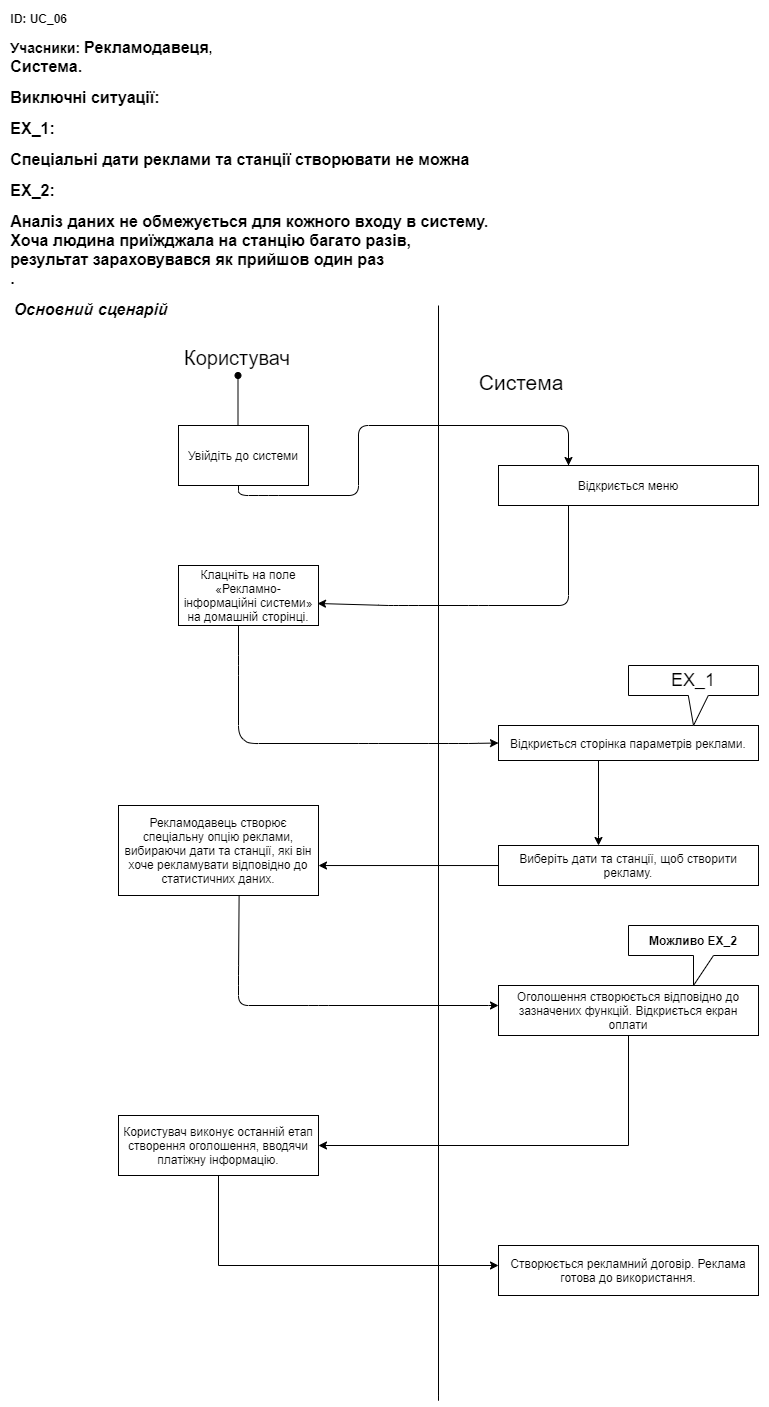
miroso22/Metro keeps this draw.io diagram as Precedents/UC_05.png. Above is the earlier version. Source tidied: cells renumbered, new cells last; positions are measured from the earlier drawing's top-left corner, leaving out a move shared by most shapes.
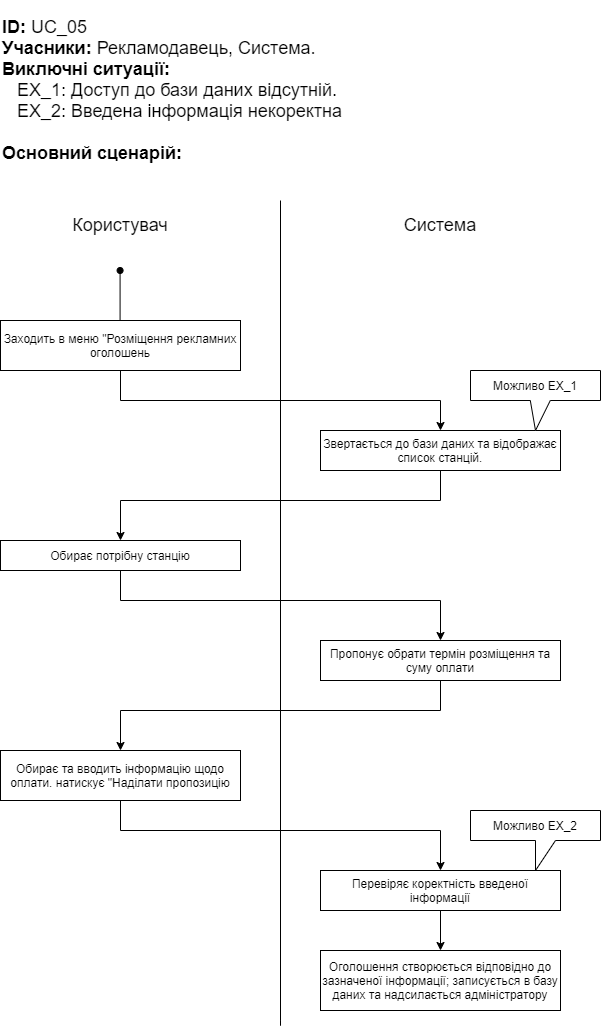
The same file after the commit.

The edit, as a diff of the source:
```diff
@@ -2,165 +2,116 @@
   <root>
     <mxCell id="0" />
     <mxCell id="1" parent="0" />
-    <mxCell id="2" value="&lt;div style=&quot;text-align: left&quot;&gt;&lt;p class=&quot;MsoNormal&quot;&gt;&lt;br&gt;&lt;/p&gt;&lt;br&gt;&lt;p class=&quot;MsoNormal&quot;&gt;&lt;br&gt;&lt;/p&gt;&lt;/div&gt;&lt;div style=&quot;text-align: left&quot;&gt;&lt;b style=&quot;font-size: 18px&quot;&gt;&lt;br&gt;&lt;/b&gt;&lt;/div&gt;&lt;div style=&quot;text-align: left&quot;&gt;&lt;b style=&quot;font-size: 18px&quot;&gt;&lt;br&gt;&lt;/b&gt;&lt;/div&gt;&lt;div style=&quot;text-align: left&quot;&gt;&lt;span style=&quot;font-size: 18px ; text-align: center&quot;&gt;&amp;nbsp; &amp;nbsp; &amp;nbsp; &amp;nbsp; &amp;nbsp; &amp;nbsp; &amp;nbsp; &amp;nbsp; &amp;nbsp; &amp;nbsp; &lt;/span&gt;&lt;span style=&quot;text-align: center&quot;&gt;&lt;font style=&quot;font-size: 20px&quot;&gt;Користувач&amp;nbsp; &amp;nbsp; &amp;nbsp; &amp;nbsp; &amp;nbsp; &amp;nbsp; &amp;nbsp; &amp;nbsp; &amp;nbsp; &amp;nbsp;&lt;/font&gt;&lt;/span&gt;&lt;/div&gt;&lt;span style=&quot;font-size: 18px&quot;&gt;&amp;nbsp; &amp;nbsp; &amp;nbsp; &amp;nbsp; &amp;nbsp; &amp;nbsp; &amp;nbsp; &amp;nbsp; &amp;nbsp; &amp;nbsp; &amp;nbsp; &amp;nbsp; &amp;nbsp; &amp;nbsp; &amp;nbsp; &amp;nbsp; &amp;nbsp; &amp;nbsp; &amp;nbsp; &amp;nbsp;&lt;/span&gt;&lt;font style=&quot;font-size: 21px&quot;&gt;Система&lt;/font&gt;&lt;div style=&quot;text-align: left&quot;&gt;&lt;span style=&quot;font-size: 18px ; text-align: center&quot;&gt;&amp;nbsp; &amp;nbsp; &amp;nbsp; &amp;nbsp; &amp;nbsp; &amp;nbsp; &amp;nbsp; &amp;nbsp; &amp;nbsp; &amp;nbsp; &amp;nbsp; &amp;nbsp; &amp;nbsp; &amp;nbsp; &amp;nbsp; &amp;nbsp; &amp;nbsp; &amp;nbsp; &amp;nbsp;&amp;nbsp;&lt;/span&gt;&lt;/div&gt;&lt;div style=&quot;text-align: left&quot;&gt;&lt;b style=&quot;font-size: 18px&quot;&gt;&lt;br&gt;&lt;/b&gt;&lt;/div&gt;&lt;div style=&quot;text-align: left&quot;&gt;&lt;br&gt;&lt;/div&gt;&lt;div style=&quot;text-align: left&quot;&gt;&lt;span style=&quot;font-size: 18px ; text-align: center&quot;&gt;&amp;nbsp; &amp;nbsp; &amp;nbsp; &amp;nbsp;&lt;/span&gt;&lt;/div&gt;&lt;div style=&quot;text-align: left&quot;&gt;&lt;div style=&quot;display: flex ; width: 88px ; height: 1px ; padding-top: 530px ; margin-left: 591px&quot;&gt;&lt;div style=&quot;box-sizing: border-box ; font-size: 0px ; text-align: center&quot;&gt;&lt;br&gt;&lt;/div&gt;&lt;/div&gt;&lt;/div&gt;&lt;div style=&quot;text-align: left&quot;&gt;&lt;b style=&quot;font-size: 18px&quot;&gt;&lt;br&gt;&lt;/b&gt;&lt;/div&gt;&lt;div style=&quot;text-align: left&quot;&gt;&lt;b style=&quot;font-size: 18px&quot;&gt;&lt;br&gt;&lt;/b&gt;&lt;/div&gt;&lt;div style=&quot;text-align: left&quot;&gt;&lt;b style=&quot;font-size: 18px&quot;&gt;&lt;br&gt;&lt;/b&gt;&lt;/div&gt;&lt;div style=&quot;text-align: left&quot;&gt;&lt;b style=&quot;font-size: 18px&quot;&gt;&lt;br&gt;&lt;/b&gt;&lt;/div&gt;&lt;div style=&quot;text-align: left&quot;&gt;&lt;b style=&quot;font-size: 18px&quot;&gt;&lt;br&gt;&lt;/b&gt;&lt;/div&gt;&lt;div style=&quot;text-align: left&quot;&gt;&lt;b style=&quot;font-size: 18px&quot;&gt;&lt;br&gt;&lt;/b&gt;&lt;/div&gt;&lt;div style=&quot;text-align: left&quot;&gt;&lt;b style=&quot;font-size: 18px&quot;&gt;&lt;br&gt;&lt;/b&gt;&lt;/div&gt;&lt;div style=&quot;text-align: left&quot;&gt;&lt;b style=&quot;font-size: 18px&quot;&gt;&lt;br&gt;&lt;/b&gt;&lt;/div&gt;&lt;div style=&quot;text-align: left&quot;&gt;&lt;b style=&quot;font-size: 18px&quot;&gt;&lt;br&gt;&lt;/b&gt;&lt;/div&gt;&lt;div style=&quot;text-align: left&quot;&gt;&lt;b style=&quot;font-size: 18px&quot;&gt;&lt;br&gt;&lt;/b&gt;&lt;/div&gt;&lt;div style=&quot;text-align: left&quot;&gt;&lt;b style=&quot;font-size: 18px&quot;&gt;&lt;br&gt;&lt;/b&gt;&lt;/div&gt;&lt;div style=&quot;text-align: left&quot;&gt;&lt;b style=&quot;font-size: 18px&quot;&gt;&lt;br&gt;&lt;/b&gt;&lt;/div&gt;&lt;div style=&quot;text-align: left&quot;&gt;&lt;b style=&quot;font-size: 18px&quot;&gt;&lt;br&gt;&lt;/b&gt;&lt;/div&gt;&lt;div style=&quot;text-align: left&quot;&gt;&lt;b style=&quot;font-size: 18px&quot;&gt;&lt;br&gt;&lt;/b&gt;&lt;/div&gt;&lt;div style=&quot;text-align: left&quot;&gt;&lt;b style=&quot;font-size: 18px&quot;&gt;&lt;br&gt;&lt;/b&gt;&lt;/div&gt;" style="text;html=1;align=center;verticalAlign=middle;" parent="1" vertex="1">
-      <mxGeometry x="78" y="255" width="690" height="980" as="geometry" />
-    </mxCell>
+    <mxCell id="28" style="edgeStyle=orthogonalEdgeStyle;rounded=0;jettySize=auto;html=1;entryX=0.5;entryY=0;entryDx=0;entryDy=0;" parent="1" edge="1" source="3" target="14">
+      <mxGeometry relative="1" as="geometry">
+        <Array as="points">
+          <mxPoint x="198" y="485" />
+          <mxPoint x="518" y="485" />
+        </Array>
+      </mxGeometry>
+    </mxCell>
-    <mxCell id="3" value="Увійдіть до системи" style="rounded=0;whiteSpace=wrap;html=1;" parent="1" vertex="1">
-      <mxGeometry x="178" y="405" width="130" height="60" as="geometry" />
+    <mxCell id="3" value="Заходить в меню &quot;Розміщення рекламних оголошень" style="rounded=0;whiteSpace=wrap;html=1;" parent="1" vertex="1">
+      <mxGeometry x="78" y="405" width="240" height="50" as="geometry" />
     </mxCell>
     <mxCell id="4" style="endArrow=none;html=1;" parent="1" edge="1">
       <mxGeometry relative="1" as="geometry">
-        <mxPoint x="438" y="295" as="sourcePoint" />
-        <mxPoint x="438" y="285" as="targetPoint" />
+        <mxPoint x="358" y="295" as="sourcePoint" />
+        <mxPoint x="358" y="285" as="targetPoint" />
         <Array as="points">
-          <mxPoint x="438" y="285" />
-          <mxPoint x="438" y="1385" />
+          <mxPoint x="358" y="285" />
+          <mxPoint x="358" y="1115" />
         </Array>
       </mxGeometry>
     </mxCell>
     <mxCell id="5" style="endArrow=oval;html=1;endFill=1;" parent="1" edge="1">
       <mxGeometry relative="1" as="geometry">
-        <mxPoint x="237.5" y="405" as="sourcePoint" />
-        <mxPoint x="237.5" y="355" as="targetPoint" />
+        <mxPoint x="197.6" y="405" as="sourcePoint" />
+        <mxPoint x="197.6" y="355" as="targetPoint" />
         <Array as="points">
-          <mxPoint x="237.5" y="405" />
+          <mxPoint x="197.6" y="405" />
         </Array>
       </mxGeometry>
     </mxCell>
-    <mxCell id="6" value="Відкриється меню" style="rounded=0;whiteSpace=wrap;html=1;" parent="1" vertex="1">
-      <mxGeometry x="498" y="445" width="260" height="40" as="geometry" />
-    </mxCell>
     <mxCell id="7" style="endArrow=classic;html=1;" parent="1" edge="1">
       <mxGeometry relative="1" as="geometry">
-        <mxPoint x="348" y="405" as="sourcePoint" />
-        <mxPoint x="348" y="405" as="targetPoint" />
+        <mxPoint x="268" y="405" as="sourcePoint" />
+        <mxPoint x="268" y="405" as="targetPoint" />
       </mxGeometry>
     </mxCell>
-    <mxCell id="8" style="endArrow=none;html=1;endFill=0;startArrow=none;startFill=0;" parent="1" edge="1">
-      <mxGeometry relative="1" as="geometry">
-        <mxPoint x="568" y="445" as="sourcePoint" />
-        <mxPoint x="238" y="465" as="targetPoint" />
-        <Array as="points">
-          <mxPoint x="568" y="445" />
-          <mxPoint x="568" y="405" />
-          <mxPoint x="358" y="405" />
-          <mxPoint x="358" y="475" />
-          <mxPoint x="268" y="475" />
-          <mxPoint x="238" y="475" />
-        </Array>
-      </mxGeometry>
-    </mxCell>
     <mxCell id="9" style="endArrow=classic;html=1;" parent="1" edge="1">
       <mxGeometry relative="1" as="geometry">
-        <mxPoint x="348" y="515" as="sourcePoint" />
-        <mxPoint x="348" y="515" as="targetPoint" />
+        <mxPoint x="268" y="515" as="sourcePoint" />
+        <mxPoint x="268" y="515" as="targetPoint" />
       </mxGeometry>
     </mxCell>
-    <mxCell id="10" style="endArrow=classic;html=1;" parent="1" edge="1">
-      <mxGeometry relative="1" as="geometry">
-        <mxPoint x="568" y="415" as="sourcePoint" />
-        <mxPoint x="568" y="445" as="targetPoint" />
-        <Array as="points">
-          <mxPoint x="568" y="435" />
-        </Array>
-      </mxGeometry>
-    </mxCell>
-    <mxCell id="11" value="Клацніть на поле «Рекламно-інформаційні системи» на домашній сторінці." style="rounded=0;whiteSpace=wrap;html=1;" parent="1" vertex="1">
-      <mxGeometry x="178" y="545" width="140" height="60" as="geometry" />
-    </mxCell>
-    <mxCell id="12" style="endArrow=classic;html=1;entryX=0.993;entryY=0.633;entryDx=0;entryDy=0;entryPerimeter=0;" parent="1" edge="1" target="11">
-      <mxGeometry relative="1" as="geometry">
-        <mxPoint x="568" y="485" as="sourcePoint" />
-        <Array as="points">
-          <mxPoint x="568" y="535" />
-          <mxPoint x="568" y="485" />
-          <mxPoint x="568" y="585" />
-          <mxPoint x="478" y="585" />
-          <mxPoint x="408" y="585" />
-          <mxPoint x="388" y="585" />
-        </Array>
-      </mxGeometry>
-    </mxCell>
-    <mxCell id="13" style="endArrow=classic;html=1;entryX=0;entryY=0.5;entryDx=0;entryDy=0;" parent="1" edge="1" target="14">
-      <mxGeometry relative="1" as="geometry">
-        <mxPoint x="238" y="605" as="sourcePoint" />
-        <Array as="points">
-          <mxPoint x="238" y="605" />
-          <mxPoint x="238" y="645" />
-          <mxPoint x="238" y="715" />
-          <mxPoint x="248" y="723" />
-          <mxPoint x="368" y="723" />
-          <mxPoint x="438" y="723" />
-          <mxPoint x="468" y="723" />
-        </Array>
-      </mxGeometry>
-    </mxCell>
+    <mxCell id="29" style="edgeStyle=orthogonalEdgeStyle;rounded=0;jettySize=auto;html=1;" parent="1" edge="1" source="14">
+      <mxGeometry relative="1" as="geometry">
+        <mxPoint x="198" y="625" as="targetPoint" />
+        <Array as="points">
+          <mxPoint x="518" y="585" />
+          <mxPoint x="198" y="585" />
+          <mxPoint x="198" y="625" />
+        </Array>
+      </mxGeometry>
+    </mxCell>
-    <mxCell id="14" value="Відкриється сторінка параметрів реклами." style="rounded=0;whiteSpace=wrap;html=1;" parent="1" vertex="1">
-      <mxGeometry x="498" y="705" width="260" height="35" as="geometry" />
+    <mxCell id="14" value="Звертається до бази даних та відображає список станцій." style="rounded=0;whiteSpace=wrap;html=1;" parent="1" vertex="1">
+      <mxGeometry x="398" y="515" width="240" height="40" as="geometry" />
     </mxCell>
-    <mxCell id="15" value="&lt;span style=&quot;font-size: 18px ; text-align: left&quot;&gt;EX_1&lt;/span&gt;" style="shape=callout;whiteSpace=wrap;html=1;perimeter=calloutPerimeter;size=30;position=0.46;" parent="1" vertex="1">
-      <mxGeometry x="628" y="645" width="130" height="60" as="geometry" />
+    <mxCell id="15" value="&lt;span style=&quot;text-align: left&quot;&gt;&lt;font style=&quot;vertical-align: inherit ; font-size: 12px&quot;&gt;Можливо EX_1&lt;/font&gt;&lt;/span&gt;" style="shape=callout;whiteSpace=wrap;html=1;perimeter=calloutPerimeter;size=30;position=0.46;" parent="1" vertex="1">
+      <mxGeometry x="548" y="455" width="130" height="60" as="geometry" />
     </mxCell>
-    <mxCell id="16" style="edgeStyle=orthogonalEdgeStyle;rounded=0;jettySize=auto;html=1;entryX=1;entryY=0.667;entryDx=0;entryDy=0;entryPerimeter=0;" parent="1" edge="1" source="17" target="23">
-      <mxGeometry relative="1" as="geometry" />
-    </mxCell>
-    <mxCell id="17" value="Виберіть дати та станції, щоб створити рекламу." style="rounded=0;whiteSpace=wrap;html=1;" parent="1" vertex="1">
-      <mxGeometry x="498" y="825" width="260" height="40" as="geometry" />
-    </mxCell>
-    <mxCell id="18" value="&lt;b&gt;Можливо EX_2&lt;/b&gt;" style="shape=callout;whiteSpace=wrap;html=1;perimeter=calloutPerimeter;" parent="1" vertex="1">
-      <mxGeometry x="628" y="905" width="130" height="60" as="geometry" />
+    <mxCell id="18" value="Можливо EX_2" style="shape=callout;whiteSpace=wrap;html=1;perimeter=calloutPerimeter;" parent="1" vertex="1">
+      <mxGeometry x="548" y="895" width="130" height="60" as="geometry" />
     </mxCell>
-    <mxCell id="19" style="edgeStyle=orthogonalEdgeStyle;rounded=0;jettySize=auto;html=1;entryX=1;entryY=0.5;entryDx=0;entryDy=0;" parent="1" edge="1" source="20" target="26">
-      <mxGeometry relative="1" as="geometry">
-        <Array as="points">
-          <mxPoint x="628" y="1125" />
-        </Array>
-      </mxGeometry>
-    </mxCell>
-    <mxCell id="20" value="Оголошення створюється відповідно до зазначених функцій. Відкриється екран оплати" style="rounded=0;whiteSpace=wrap;html=1;" parent="1" vertex="1">
-      <mxGeometry x="498" y="965" width="260" height="50" as="geometry" />
+    <mxCell id="20" value="Оголошення створюється відповідно до зазначеної інформації; записується в базу даних та надсилається адміністратору" style="rounded=0;whiteSpace=wrap;html=1;" parent="1" vertex="1">
+      <mxGeometry x="398" y="1035" width="240" height="60" as="geometry" />
     </mxCell>
-    <mxCell id="21" style="endArrow=classic;html=1;" parent="1" edge="1">
-      <mxGeometry relative="1" as="geometry">
-        <mxPoint x="598" y="740" as="sourcePoint" />
-        <mxPoint x="598" y="825" as="targetPoint" />
-        <Array as="points">
-          <mxPoint x="598" y="810" />
-          <mxPoint x="598" y="780" />
-          <mxPoint x="598" y="825" />
-        </Array>
-      </mxGeometry>
-    </mxCell>
-    <mxCell id="22" value="&lt;p class=&quot;MsoNormal&quot; style=&quot;text-align: left&quot;&gt;&lt;font&gt;&lt;b&gt;&lt;font style=&quot;vertical-align: inherit ; font-size: 12px&quot;&gt;ID: UC_06&lt;/font&gt;&lt;/b&gt;&lt;/font&gt;&lt;/p&gt;&lt;p class=&quot;MsoNormal&quot;&gt;&lt;/p&gt;&lt;div style=&quot;text-align: left&quot;&gt;&lt;b&gt;&lt;font style=&quot;font-size: 14px&quot;&gt;Учасники: &lt;/font&gt;&lt;span lang=&quot;UK&quot;&gt;&lt;font style=&quot;vertical-align: inherit&quot; size=&quot;3&quot;&gt;Р&lt;/font&gt;&lt;/span&gt;&lt;font size=&quot;3&quot;&gt;екламодавеця&lt;/font&gt;,&lt;/b&gt;&lt;/div&gt;&lt;font&gt;&lt;/font&gt;&lt;div style=&quot;text-align: left&quot;&gt;&lt;font&gt;&lt;span&gt;&lt;b&gt;&lt;font size=&quot;3&quot; style=&quot;vertical-align: inherit&quot;&gt;Система.&lt;/font&gt;&lt;/b&gt;&lt;/span&gt;&lt;/font&gt;&lt;/div&gt;&lt;p class=&quot;MsoNormal&quot; style=&quot;text-align: left&quot;&gt;&lt;font size=&quot;3&quot;&gt;&lt;b&gt;Виключні ситуації:&lt;/b&gt;&lt;/font&gt;&lt;/p&gt;&lt;p class=&quot;MsoNormal&quot; style=&quot;text-align: left&quot;&gt;&lt;font size=&quot;3&quot;&gt;&lt;b&gt;EX_1:&amp;nbsp;&lt;/b&gt;&lt;/font&gt;&lt;/p&gt;&lt;div style=&quot;text-align: left&quot;&gt;&lt;font size=&quot;3&quot;&gt;&lt;b&gt;Спеціальні дати реклами та станції створювати не можна&lt;/b&gt;&lt;/font&gt;&lt;br&gt;&lt;/div&gt;&lt;p class=&quot;MsoNormal&quot; style=&quot;text-align: left&quot;&gt;&lt;font size=&quot;3&quot;&gt;&lt;b&gt;EX_2:&amp;nbsp;&lt;/b&gt;&lt;/font&gt;&lt;/p&gt;&lt;div style=&quot;text-align: left&quot;&gt;&lt;span&gt;&lt;font size=&quot;3&quot;&gt;&lt;b&gt;Аналіз даних не обмежується для кожного входу в систему.&amp;nbsp;&lt;/b&gt;&lt;/font&gt;&lt;/span&gt;&lt;/div&gt;&lt;div style=&quot;text-align: left&quot;&gt;&lt;span&gt;&lt;font size=&quot;3&quot;&gt;&lt;b&gt;Хоча людина приїжджала на станцію багато разів,&amp;nbsp;&lt;/b&gt;&lt;/font&gt;&lt;/span&gt;&lt;/div&gt;&lt;div style=&quot;text-align: left&quot;&gt;&lt;span&gt;&lt;font size=&quot;3&quot;&gt;&lt;b&gt;результат зараховувався як прийшов один раз&lt;/b&gt;&lt;/font&gt;&lt;/span&gt;&lt;/div&gt;&lt;div style=&quot;text-align: left&quot;&gt;&lt;font size=&quot;3&quot;&gt;&lt;b&gt;.&lt;/b&gt;&lt;/font&gt;&lt;/div&gt;&lt;p class=&quot;MsoNormal&quot; style=&quot;text-align: left&quot;&gt;&lt;b&gt;&lt;i&gt;&amp;nbsp;&lt;/i&gt;&lt;/b&gt;&lt;b style=&quot;text-align: center&quot;&gt;&lt;i&gt;&lt;font size=&quot;3&quot;&gt;Основний сценарій&amp;nbsp;&lt;/font&gt;&lt;/i&gt;&lt;/b&gt;&lt;/p&gt;" style="text;html=1;align=center;verticalAlign=middle;" parent="1" vertex="1">
-      <mxGeometry x="0.5" width="500" height="290" as="geometry" />
-    </mxCell>
+    <mxCell id="30" style="edgeStyle=orthogonalEdgeStyle;rounded=0;jettySize=auto;html=1;" parent="1" edge="1" source="23" target="35">
+      <mxGeometry relative="1" as="geometry">
+        <Array as="points">
+          <mxPoint x="198" y="685" />
+        </Array>
+      </mxGeometry>
+    </mxCell>
-    <mxCell id="23" value="Рекламодавець створює спеціальну опцію реклами, вибираючи дати та станції, які він хоче рекламувати відповідно до статистичних даних." style="rounded=0;whiteSpace=wrap;html=1;" parent="1" vertex="1">
-      <mxGeometry x="118" y="785" width="200" height="90" as="geometry" />
+    <mxCell id="23" value="Обирає потрібну станцію" style="rounded=0;whiteSpace=wrap;html=1;" parent="1" vertex="1">
+      <mxGeometry x="78" y="625" width="240" height="30" as="geometry" />
     </mxCell>
-    <mxCell id="24" style="endArrow=classic;html=1;exitX=0.603;exitY=1.009;exitDx=0;exitDy=0;exitPerimeter=0;" parent="1" edge="1" source="23">
-      <mxGeometry relative="1" as="geometry">
-        <mxPoint x="498" y="985" as="targetPoint" />
-        <Array as="points">
-          <mxPoint x="238" y="955" />
-          <mxPoint x="238" y="985" />
-          <mxPoint x="318" y="985" />
-          <mxPoint x="498" y="985" />
-        </Array>
-      </mxGeometry>
-    </mxCell>
-    <mxCell id="25" style="edgeStyle=orthogonalEdgeStyle;rounded=0;jettySize=auto;html=1;" parent="1" edge="1" source="26" target="27">
-      <mxGeometry relative="1" as="geometry">
-        <Array as="points">
-          <mxPoint x="218" y="1245" />
-          <mxPoint x="498" y="1245" />
-        </Array>
-      </mxGeometry>
-    </mxCell>
-    <mxCell id="26" value="Користувач виконує останній етап створення оголошення, вводячи платіжну інформацію." style="rounded=0;whiteSpace=wrap;html=1;" parent="1" vertex="1">
-      <mxGeometry x="118" y="1095" width="200" height="60" as="geometry" />
-    </mxCell>
-    <mxCell id="27" value="Створюється рекламний договір. Реклама готова до використання." style="rounded=0;whiteSpace=wrap;html=1;" parent="1" vertex="1">
-      <mxGeometry x="498" y="1225" width="260" height="50" as="geometry" />
-    </mxCell>
+    <mxCell id="31" value="&lt;span style=&quot;font-size: 18px&quot;&gt;&lt;b&gt;ID:&lt;/b&gt; UC_05&lt;br&gt;&lt;b&gt;Учасники:&lt;/b&gt; Рекламодавець, Система.&lt;br&gt;&lt;b&gt;Виключні ситуації:&lt;/b&gt;&lt;br&gt;&amp;nbsp; &amp;nbsp;EX_1: Доступ до бази даних відсутній.&lt;br&gt;&amp;nbsp; &amp;nbsp;EX_2: Введена інформація некоректна&lt;br&gt;&lt;br&gt;&lt;b&gt;Основний сценарій:&lt;/b&gt;&lt;br&gt;&lt;/span&gt;" style="text;html=1;strokeColor=none;fillColor=none;align=left;verticalAlign=middle;whiteSpace=wrap;rounded=0;" parent="1" vertex="1">
+      <mxGeometry x="78" y="85" width="370" height="180" as="geometry" />
+    </mxCell>
+    <mxCell id="32" value="&lt;font style=&quot;font-size: 18px&quot;&gt;Користувач&lt;/font&gt;" style="text;html=1;strokeColor=none;fillColor=none;align=center;verticalAlign=middle;whiteSpace=wrap;rounded=0;" parent="1" vertex="1">
+      <mxGeometry x="143" y="295" width="110" height="30" as="geometry" />
+    </mxCell>
+    <mxCell id="33" value="&lt;font style=&quot;font-size: 18px&quot;&gt;Система&lt;/font&gt;" style="text;html=1;strokeColor=none;fillColor=none;align=center;verticalAlign=middle;whiteSpace=wrap;rounded=0;" parent="1" vertex="1">
+      <mxGeometry x="463" y="295" width="110" height="30" as="geometry" />
+    </mxCell>
+    <mxCell id="34" style="edgeStyle=orthogonalEdgeStyle;rounded=0;jettySize=auto;html=1;" parent="1" edge="1" source="35" target="37">
+      <mxGeometry relative="1" as="geometry">
+        <Array as="points">
+          <mxPoint x="518" y="795" />
+          <mxPoint x="198" y="795" />
+        </Array>
+      </mxGeometry>
+    </mxCell>
+    <mxCell id="35" value="Пропонує обрати термін розміщення та суму оплати" style="rounded=0;whiteSpace=wrap;html=1;" parent="1" vertex="1">
+      <mxGeometry x="398" y="725" width="240" height="40" as="geometry" />
+    </mxCell>
+    <mxCell id="36" style="edgeStyle=orthogonalEdgeStyle;rounded=0;jettySize=auto;html=1;" parent="1" edge="1" source="37" target="39">
+      <mxGeometry relative="1" as="geometry">
+        <Array as="points">
+          <mxPoint x="198" y="915" />
+          <mxPoint x="518" y="915" />
+        </Array>
+      </mxGeometry>
+    </mxCell>
+    <mxCell id="37" value="Обирає та вводить інформацію щодо оплати. натискує &quot;Наділати пропозицію" style="rounded=0;whiteSpace=wrap;html=1;" parent="1" vertex="1">
+      <mxGeometry x="78" y="835" width="240" height="50" as="geometry" />
+    </mxCell>
+    <mxCell id="38" style="edgeStyle=orthogonalEdgeStyle;rounded=0;jettySize=auto;html=1;entryX=0.5;entryY=0;entryDx=0;entryDy=0;" parent="1" edge="1" source="39" target="20">
+      <mxGeometry relative="1" as="geometry" />
+    </mxCell>
+    <mxCell id="39" value="Перевіряє коректність введеної інформації" style="rounded=0;whiteSpace=wrap;html=1;" parent="1" vertex="1">
+      <mxGeometry x="398" y="955" width="240" height="40" as="geometry" />
+    </mxCell>
   </root>
 </mxGraphModel>
```
